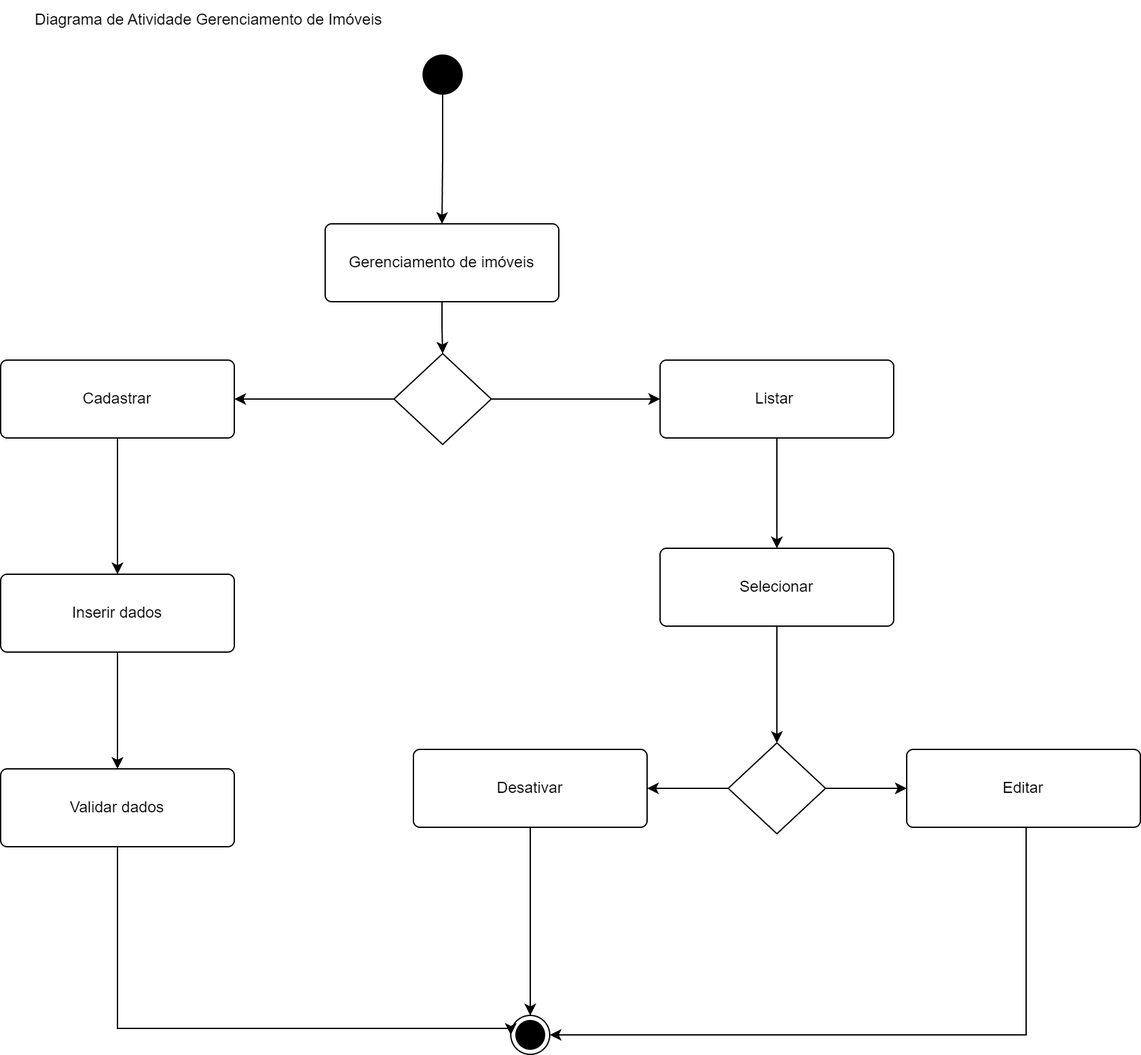
Before: Diagramas/atividades/png/atv_imoveis.drawio.png, a diagram exported from draw.io (israel-bsi/realtyhub). Source tidied: cells renumbered, new cells last; positions are measured from the earlier drawing's top-left corner, leaving out a move shared by most shapes.
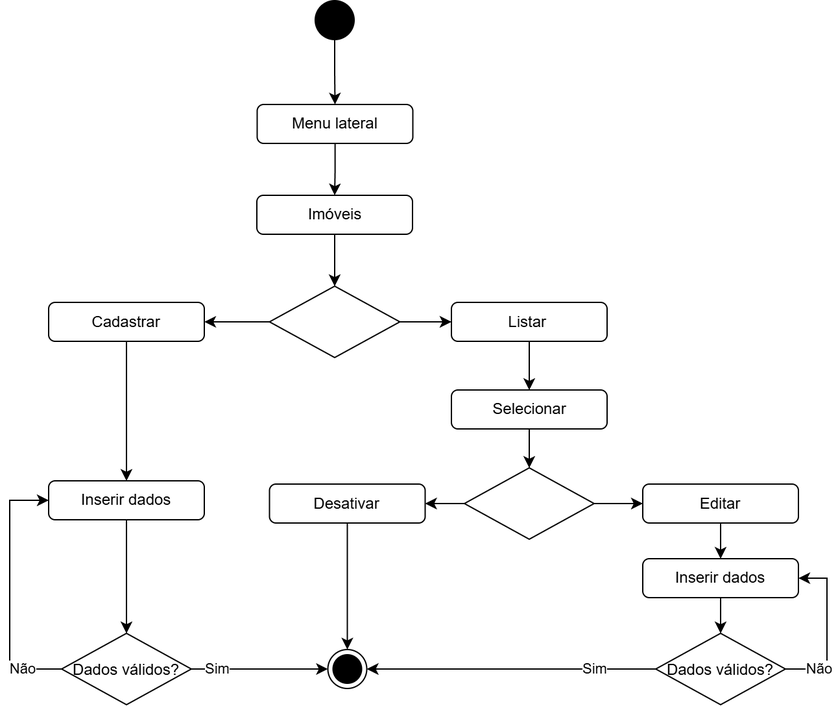
Later version of the same file.

Commit message:
[Diagramas] - Diagrama de atividade atualizado

Change to the diagram source:
```diff
@@ -2,93 +2,139 @@
   <root>
     <mxCell id="0" />
     <mxCell id="1" parent="0" />
-    <mxCell id="2" style="edgeStyle=orthogonalEdgeStyle;rounded=0;jettySize=auto;html=1;entryX=0.5;entryY=0;entryDx=0;entryDy=0;" parent="1" edge="1" source="3" target="6">
-      <mxGeometry relative="1" as="geometry" />
-    </mxCell>
-    <mxCell id="3" value="Gerenciamento de imóveis&lt;div&gt;&lt;/div&gt;" style="html=1;align=center;verticalAlign=middle;rounded=1;absoluteArcSize=1;arcSize=10;dashed=0;whiteSpace=wrap;" parent="1" vertex="1">
-      <mxGeometry x="250" y="172" width="180" height="60" as="geometry" />
-    </mxCell>
-    <mxCell id="4" style="edgeStyle=orthogonalEdgeStyle;rounded=0;jettySize=auto;html=1;entryX=0;entryY=0.5;entryDx=0;entryDy=0;" parent="1" edge="1" source="6" target="13">
-      <mxGeometry relative="1" as="geometry" />
-    </mxCell>
-    <mxCell id="5" style="edgeStyle=orthogonalEdgeStyle;rounded=0;jettySize=auto;html=1;entryX=1;entryY=0.5;entryDx=0;entryDy=0;" parent="1" edge="1" source="6" target="8">
-      <mxGeometry relative="1" as="geometry" />
-    </mxCell>
-    <mxCell id="6" style="rhombus;" parent="1" vertex="1">
-      <mxGeometry x="303" y="272" width="75" height="70" as="geometry" />
-    </mxCell>
-    <mxCell id="7" style="edgeStyle=orthogonalEdgeStyle;rounded=0;jettySize=auto;html=1;entryX=0.5;entryY=0;entryDx=0;entryDy=0;" parent="1" edge="1" source="8" target="24">
-      <mxGeometry relative="1" as="geometry" />
-    </mxCell>
+    <mxCell id="28" style="edgeStyle=orthogonalEdgeStyle;rounded=0;jettySize=auto;html=1;entryX=0.5;entryY=0;entryDx=0;entryDy=0;" parent="1" edge="1" source="29" target="32">
+      <mxGeometry relative="1" as="geometry" />
+    </mxCell>
+    <mxCell id="29" value="Imóveis&lt;div&gt;&lt;/div&gt;" style="html=1;align=center;verticalAlign=middle;rounded=1;absoluteArcSize=1;arcSize=10;dashed=0;whiteSpace=wrap;" parent="1" vertex="1">
+      <mxGeometry x="290.5" y="402" width="120" height="30" as="geometry" />
+    </mxCell>
+    <mxCell id="30" style="edgeStyle=orthogonalEdgeStyle;rounded=0;jettySize=auto;html=1;entryX=0;entryY=0.5;entryDx=0;entryDy=0;" parent="1" edge="1" source="32" target="13">
+      <mxGeometry relative="1" as="geometry" />
+    </mxCell>
+    <mxCell id="31" style="edgeStyle=orthogonalEdgeStyle;rounded=0;jettySize=auto;html=1;entryX=1;entryY=0.5;entryDx=0;entryDy=0;" parent="1" edge="1" source="32" target="8">
+      <mxGeometry relative="1" as="geometry" />
+    </mxCell>
+    <mxCell id="32" style="rhombus;" parent="1" vertex="1">
+      <mxGeometry x="300.2" y="472" width="100.5" height="55" as="geometry" />
+    </mxCell>
+    <mxCell id="33" style="edgeStyle=orthogonalEdgeStyle;rounded=0;jettySize=auto;html=1;entryX=0.5;entryY=0;entryDx=0;entryDy=0;" parent="1" edge="1" source="8" target="43">
+      <mxGeometry relative="1" as="geometry" />
+    </mxCell>
     <mxCell id="8" value="&lt;div&gt;Cadastrar&lt;/div&gt;&lt;div&gt;&lt;/div&gt;" style="html=1;align=center;verticalAlign=middle;rounded=1;absoluteArcSize=1;arcSize=10;dashed=0;whiteSpace=wrap;" parent="1" vertex="1">
-      <mxGeometry y="277" width="180" height="60" as="geometry" />
+      <mxGeometry x="130" y="484.5" width="120" height="30" as="geometry" />
     </mxCell>
-    <mxCell id="9" style="edgeStyle=orthogonalEdgeStyle;rounded=0;jettySize=auto;html=1;entryX=0.5;entryY=0;entryDx=0;entryDy=0;" parent="1" edge="1" source="10" target="3">
-      <mxGeometry relative="1" as="geometry" />
-    </mxCell>
-    <mxCell id="10" style="ellipse;fillColor=strokeColor;html=1;" parent="1" vertex="1">
-      <mxGeometry x="325.5" y="42" width="30" height="30" as="geometry" />
-    </mxCell>
-    <mxCell id="11" value="Diagrama de Atividade Gerenciamento de Imóveis" style="text;html=1;align=center;verticalAlign=middle;strokeColor=none;fillColor=none;" parent="1" vertex="1">
-      <mxGeometry x="15" width="290" height="30" as="geometry" />
-    </mxCell>
+    <mxCell id="34" style="edgeStyle=orthogonalEdgeStyle;rounded=0;jettySize=auto;html=1;entryX=0.5;entryY=0;entryDx=0;entryDy=0;" parent="1" edge="1" source="35" target="58">
+      <mxGeometry relative="1" as="geometry" />
+    </mxCell>
+    <mxCell id="35" style="ellipse;fillColor=strokeColor;html=1;" parent="1" vertex="1">
+      <mxGeometry x="335.5" y="252" width="30" height="30" as="geometry" />
+    </mxCell>
     <mxCell id="12" style="edgeStyle=orthogonalEdgeStyle;rounded=0;jettySize=auto;html=1;entryX=0.5;entryY=0;entryDx=0;entryDy=0;" parent="1" edge="1" source="13" target="22">
       <mxGeometry relative="1" as="geometry" />
     </mxCell>
     <mxCell id="13" value="&lt;div&gt;&lt;span style=&quot;background-color: initial;&quot;&gt;Listar&amp;nbsp;&lt;/span&gt;&lt;br&gt;&lt;/div&gt;&lt;div&gt;&lt;/div&gt;" style="html=1;align=center;verticalAlign=middle;rounded=1;absoluteArcSize=1;arcSize=10;dashed=0;whiteSpace=wrap;" parent="1" vertex="1">
-      <mxGeometry x="508" y="277" width="180" height="60" as="geometry" />
+      <mxGeometry x="440.5" y="484.5" width="120" height="30" as="geometry" />
     </mxCell>
-    <mxCell id="14" style="edgeStyle=orthogonalEdgeStyle;rounded=0;jettySize=auto;html=1;entryX=0;entryY=0.5;entryDx=0;entryDy=0;" parent="1" edge="1" source="16" target="20">
-      <mxGeometry relative="1" as="geometry" />
-    </mxCell>
-    <mxCell id="15" style="edgeStyle=orthogonalEdgeStyle;rounded=0;jettySize=auto;html=1;entryX=1;entryY=0.5;entryDx=0;entryDy=0;" parent="1" edge="1" source="16" target="18">
-      <mxGeometry relative="1" as="geometry" />
-    </mxCell>
-    <mxCell id="16" style="rhombus;" parent="1" vertex="1">
-      <mxGeometry x="560.5" y="572" width="75" height="70" as="geometry" />
-    </mxCell>
-    <mxCell id="17" style="edgeStyle=orthogonalEdgeStyle;rounded=0;jettySize=auto;html=1;entryX=0.5;entryY=0;entryDx=0;entryDy=0;" parent="1" edge="1" source="18" target="27">
-      <mxGeometry relative="1" as="geometry" />
-    </mxCell>
+    <mxCell id="36" style="edgeStyle=orthogonalEdgeStyle;rounded=0;jettySize=auto;html=1;entryX=0;entryY=0.5;entryDx=0;entryDy=0;" parent="1" edge="1" source="38" target="20">
+      <mxGeometry relative="1" as="geometry" />
+    </mxCell>
+    <mxCell id="37" style="edgeStyle=orthogonalEdgeStyle;rounded=0;jettySize=auto;html=1;entryX=1;entryY=0.5;entryDx=0;entryDy=0;" parent="1" edge="1" source="38" target="18">
+      <mxGeometry relative="1" as="geometry" />
+    </mxCell>
+    <mxCell id="38" style="rhombus;" parent="1" vertex="1">
+      <mxGeometry x="450.5" y="612" width="100" height="55" as="geometry" />
+    </mxCell>
+    <mxCell id="39" style="edgeStyle=orthogonalEdgeStyle;rounded=0;jettySize=auto;html=1;entryX=0.5;entryY=0;entryDx=0;entryDy=0;" parent="1" edge="1" source="18" target="44">
+      <mxGeometry relative="1" as="geometry" />
+    </mxCell>
     <mxCell id="18" value="&lt;div&gt;Desativar&lt;/div&gt;&lt;div&gt;&lt;/div&gt;" style="html=1;align=center;verticalAlign=middle;rounded=1;absoluteArcSize=1;arcSize=10;dashed=0;whiteSpace=wrap;" parent="1" vertex="1">
-      <mxGeometry x="318" y="577" width="180" height="60" as="geometry" />
+      <mxGeometry x="300.2" y="624.5" width="120" height="30" as="geometry" />
     </mxCell>
-    <mxCell id="19" style="edgeStyle=orthogonalEdgeStyle;rounded=0;jettySize=auto;html=1;exitX=0.25;exitY=1;exitDx=0;exitDy=0;entryX=1;entryY=0.5;entryDx=0;entryDy=0;" parent="1" edge="1" source="20" target="27">
-      <mxGeometry relative="1" as="geometry">
-        <Array as="points">
-          <mxPoint x="790" y="637" />
-          <mxPoint x="790" y="797" />
-        </Array>
-      </mxGeometry>
-    </mxCell>
+    <mxCell id="40" style="edgeStyle=orthogonalEdgeStyle;rounded=0;jettySize=auto;html=1;entryX=0.5;entryY=0;entryDx=0;entryDy=0;" parent="1" edge="1" source="20" target="51">
+      <mxGeometry relative="1" as="geometry" />
+    </mxCell>
     <mxCell id="20" value="&lt;div&gt;Editar&lt;/div&gt;&lt;div&gt;&lt;/div&gt;" style="html=1;align=center;verticalAlign=middle;rounded=1;absoluteArcSize=1;arcSize=10;dashed=0;whiteSpace=wrap;" parent="1" vertex="1">
-      <mxGeometry x="698" y="577" width="180" height="60" as="geometry" />
+      <mxGeometry x="588" y="624.5" width="120" height="30" as="geometry" />
     </mxCell>
-    <mxCell id="21" style="edgeStyle=orthogonalEdgeStyle;rounded=0;jettySize=auto;html=1;entryX=0.5;entryY=0;entryDx=0;entryDy=0;" parent="1" edge="1" source="22" target="16">
-      <mxGeometry relative="1" as="geometry" />
-    </mxCell>
+    <mxCell id="41" style="edgeStyle=orthogonalEdgeStyle;rounded=0;jettySize=auto;html=1;entryX=0.5;entryY=0;entryDx=0;entryDy=0;" parent="1" edge="1" source="22" target="38">
+      <mxGeometry relative="1" as="geometry" />
+    </mxCell>
     <mxCell id="22" value="&lt;div&gt;Selecionar&lt;/div&gt;&lt;div&gt;&lt;/div&gt;" style="html=1;align=center;verticalAlign=middle;rounded=1;absoluteArcSize=1;arcSize=10;dashed=0;whiteSpace=wrap;" parent="1" vertex="1">
-      <mxGeometry x="508" y="422" width="180" height="60" as="geometry" />
+      <mxGeometry x="440.5" y="552" width="120" height="30" as="geometry" />
     </mxCell>
-    <mxCell id="23" style="edgeStyle=orthogonalEdgeStyle;rounded=0;jettySize=auto;html=1;" parent="1" edge="1" source="24" target="26">
-      <mxGeometry relative="1" as="geometry" />
-    </mxCell>
-    <mxCell id="24" value="&lt;div&gt;Inserir dados&lt;/div&gt;&lt;div&gt;&lt;/div&gt;" style="html=1;align=center;verticalAlign=middle;rounded=1;absoluteArcSize=1;arcSize=10;dashed=0;whiteSpace=wrap;" parent="1" vertex="1">
-      <mxGeometry y="442" width="180" height="60" as="geometry" />
-    </mxCell>
-    <mxCell id="25" style="edgeStyle=orthogonalEdgeStyle;rounded=0;jettySize=auto;html=1;entryX=0;entryY=0.5;entryDx=0;entryDy=0;" parent="1" edge="1" source="26" target="27">
-      <mxGeometry relative="1" as="geometry">
-        <Array as="points">
-          <mxPoint x="90" y="792" />
-          <mxPoint x="393" y="792" />
-        </Array>
-      </mxGeometry>
-    </mxCell>
-    <mxCell id="26" value="&lt;div&gt;Validar dados&lt;/div&gt;&lt;div&gt;&lt;/div&gt;" style="html=1;align=center;verticalAlign=middle;rounded=1;absoluteArcSize=1;arcSize=10;dashed=0;whiteSpace=wrap;" parent="1" vertex="1">
-      <mxGeometry y="592" width="180" height="60" as="geometry" />
-    </mxCell>
-    <mxCell id="27" style="ellipse;html=1;shape=endState;fillColor=strokeColor;" parent="1" vertex="1">
-      <mxGeometry x="393" y="782" width="30" height="30" as="geometry" />
-    </mxCell>
+    <mxCell id="42" style="edgeStyle=orthogonalEdgeStyle;rounded=0;jettySize=auto;html=1;entryX=0.5;entryY=0;entryDx=0;entryDy=0;" parent="1" edge="1" source="43" target="49">
+      <mxGeometry relative="1" as="geometry" />
+    </mxCell>
+    <mxCell id="43" value="&lt;div&gt;Inserir dados&lt;/div&gt;&lt;div&gt;&lt;/div&gt;" style="html=1;align=center;verticalAlign=middle;rounded=1;absoluteArcSize=1;arcSize=10;dashed=0;whiteSpace=wrap;" parent="1" vertex="1">
+      <mxGeometry x="130" y="622" width="120" height="30" as="geometry" />
+    </mxCell>
+    <mxCell id="44" style="ellipse;html=1;shape=endState;fillColor=strokeColor;" parent="1" vertex="1">
+      <mxGeometry x="345.2" y="752" width="30" height="30" as="geometry" />
+    </mxCell>
+    <mxCell id="45" style="edgeStyle=orthogonalEdgeStyle;rounded=0;jettySize=auto;html=1;entryX=0;entryY=0.5;entryDx=0;entryDy=0;" parent="1" edge="1" source="49" target="43">
+      <mxGeometry relative="1" as="geometry">
+        <Array as="points">
+          <mxPoint x="100" y="767" />
+          <mxPoint x="100" y="637" />
+        </Array>
+      </mxGeometry>
+    </mxCell>
+    <mxCell id="46" value="Não" style="edgeLabel;html=1;align=center;verticalAlign=middle;" parent="45" vertex="1">
+      <mxGeometry x="-0.7" y="-2" relative="1" as="geometry">
+        <mxPoint y="2" as="offset" />
+      </mxGeometry>
+    </mxCell>
+    <mxCell id="47" style="edgeStyle=orthogonalEdgeStyle;rounded=0;jettySize=auto;html=1;entryX=0;entryY=0.5;entryDx=0;entryDy=0;" parent="1" edge="1" source="49" target="44">
+      <mxGeometry relative="1" as="geometry">
+        <Array as="points">
+          <mxPoint x="240" y="767" />
+          <mxPoint x="240" y="767" />
+        </Array>
+      </mxGeometry>
+    </mxCell>
+    <mxCell id="48" value="Sim" style="edgeLabel;html=1;align=center;verticalAlign=middle;" parent="47" vertex="1">
+      <mxGeometry x="-0.79" relative="1" as="geometry">
+        <mxPoint x="9" as="offset" />
+      </mxGeometry>
+    </mxCell>
+    <mxCell id="49" value="Dados válidos?" style="rhombus;" parent="1" vertex="1">
+      <mxGeometry x="140" y="739.5" width="100" height="55" as="geometry" />
+    </mxCell>
+    <mxCell id="50" style="edgeStyle=orthogonalEdgeStyle;rounded=0;jettySize=auto;html=1;entryX=0.5;entryY=0;entryDx=0;entryDy=0;" parent="1" edge="1" source="51" target="56">
+      <mxGeometry relative="1" as="geometry" />
+    </mxCell>
+    <mxCell id="51" value="&lt;div&gt;Inserir dados&lt;/div&gt;&lt;div&gt;&lt;/div&gt;" style="html=1;align=center;verticalAlign=middle;rounded=1;absoluteArcSize=1;arcSize=10;dashed=0;whiteSpace=wrap;" parent="1" vertex="1">
+      <mxGeometry x="588" y="682" width="120" height="30" as="geometry" />
+    </mxCell>
+    <mxCell id="52" style="edgeStyle=orthogonalEdgeStyle;rounded=0;jettySize=auto;html=1;entryX=1;entryY=0.5;entryDx=0;entryDy=0;" parent="1" edge="1" source="56" target="51">
+      <mxGeometry relative="1" as="geometry">
+        <Array as="points">
+          <mxPoint x="730" y="767" />
+          <mxPoint x="730" y="697" />
+        </Array>
+      </mxGeometry>
+    </mxCell>
+    <mxCell id="53" value="Não" style="edgeLabel;html=1;align=center;verticalAlign=middle;" parent="52" vertex="1">
+      <mxGeometry x="-0.79" y="2" relative="1" as="geometry">
+        <mxPoint x="12" y="2" as="offset" />
+      </mxGeometry>
+    </mxCell>
+    <mxCell id="54" style="edgeStyle=orthogonalEdgeStyle;rounded=0;jettySize=auto;html=1;entryX=1;entryY=0.5;entryDx=0;entryDy=0;" parent="1" edge="1" source="56" target="44">
+      <mxGeometry relative="1" as="geometry" />
+    </mxCell>
+    <mxCell id="55" value="Sim" style="edgeLabel;html=1;align=center;verticalAlign=middle;" parent="54" vertex="1">
+      <mxGeometry x="-0.64" y="2" relative="1" as="geometry">
+        <mxPoint x="-7" y="-2" as="offset" />
+      </mxGeometry>
+    </mxCell>
+    <mxCell id="56" value="Dados válidos?" style="rhombus;" parent="1" vertex="1">
+      <mxGeometry x="598" y="739.5" width="100" height="55" as="geometry" />
+    </mxCell>
+    <mxCell id="57" style="edgeStyle=orthogonalEdgeStyle;rounded=0;jettySize=auto;html=1;entryX=0.5;entryY=0;entryDx=0;entryDy=0;" parent="1" edge="1" source="58" target="29">
+      <mxGeometry relative="1" as="geometry" />
+    </mxCell>
+    <mxCell id="58" value="Menu lateral&lt;div&gt;&lt;/div&gt;" style="html=1;align=center;verticalAlign=middle;rounded=1;absoluteArcSize=1;arcSize=10;dashed=0;whiteSpace=wrap;" parent="1" vertex="1">
+      <mxGeometry x="290.8" y="332" width="120" height="30" as="geometry" />
+    </mxCell>
   </root>
 </mxGraphModel>
```
